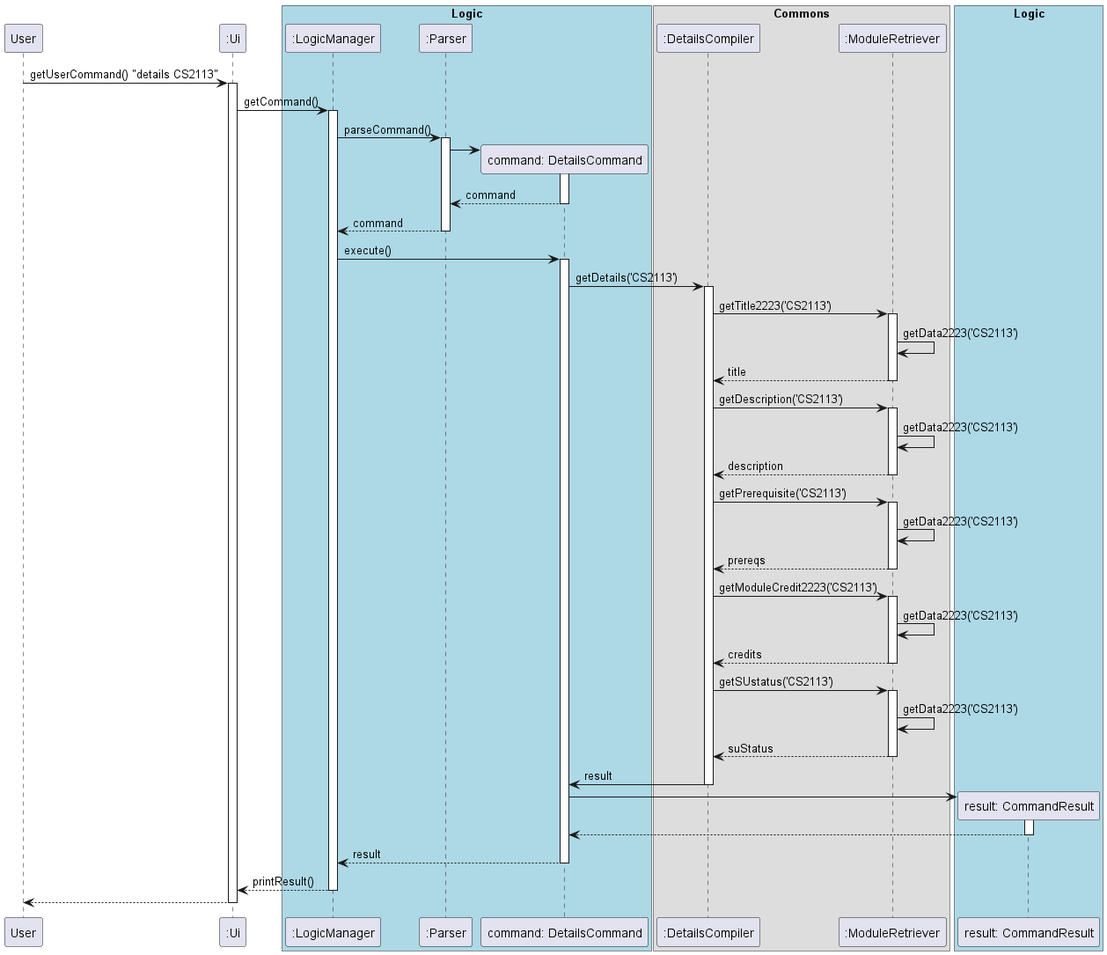
Before: docs/uml/diagrams/DetailsSequence.png, a diagram exported from PlantUML (sriram-senthilkr/tp).
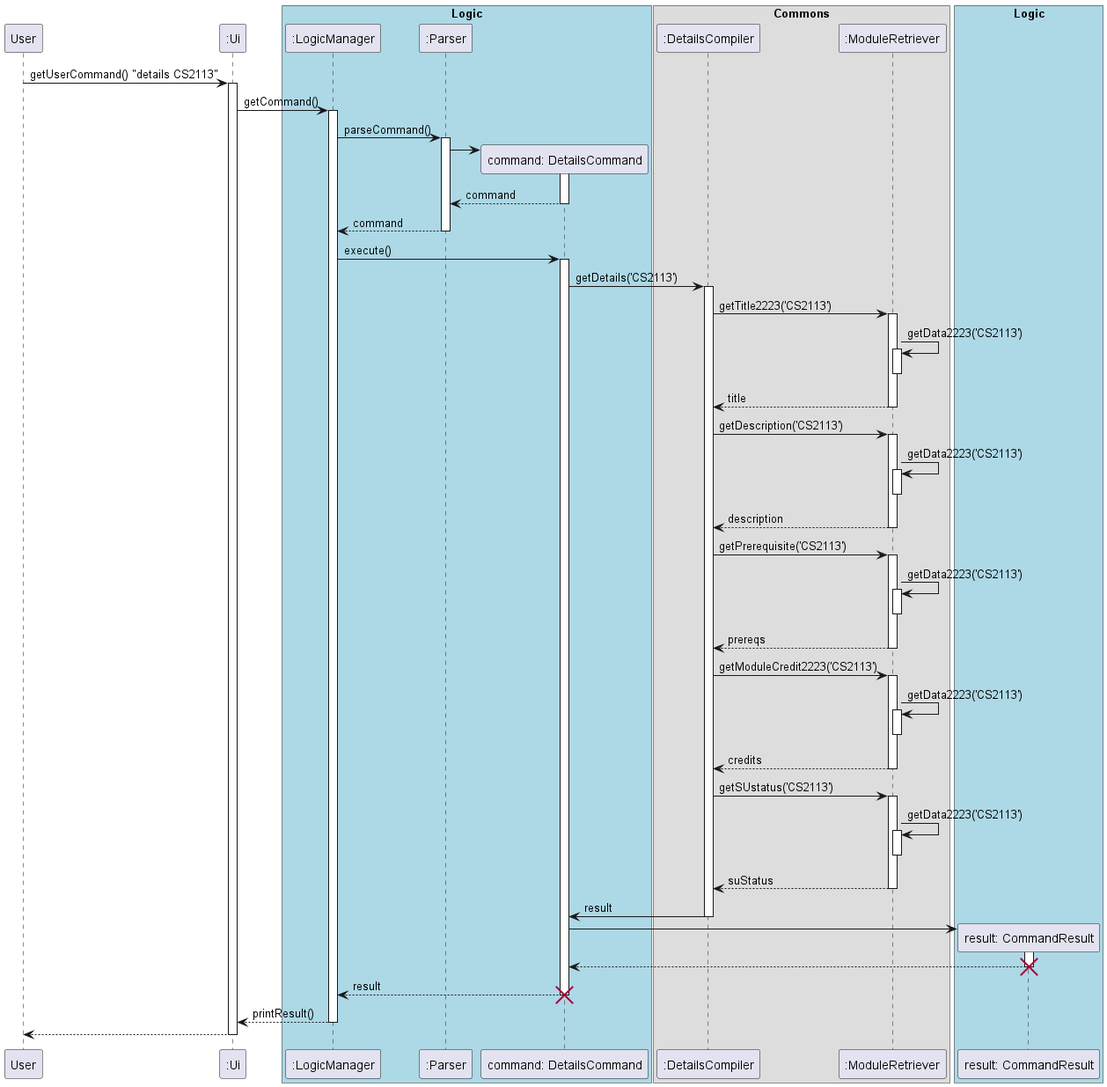
After the change.

Change to the diagram source:
```diff
@@ -52,12 +52,16 @@
 DetailsCompiler -> ModuleRetriever: getTitle2223('CS2113')
 activate ModuleRetriever
 ModuleRetriever -> ModuleRetriever: getData2223('CS2113')
+activate ModuleRetriever
+deactivate ModuleRetriever
 ModuleRetriever --> DetailsCompiler: title
 deactivate ModuleRetriever
 
 DetailsCompiler -> ModuleRetriever: getDescription('CS2113')
 activate ModuleRetriever
 ModuleRetriever -> ModuleRetriever: getData2223('CS2113')
+activate ModuleRetriever
+deactivate ModuleRetriever
 ModuleRetriever --> DetailsCompiler: description
 deactivate ModuleRetriever
 
@@ -65,6 +69,8 @@
 DetailsCompiler -> ModuleRetriever: getPrerequisite('CS2113')
 activate ModuleRetriever
 ModuleRetriever -> ModuleRetriever: getData2223('CS2113')
+activate ModuleRetriever
+deactivate ModuleRetriever
 ModuleRetriever --> DetailsCompiler: prereqs
 deactivate ModuleRetriever
 
@@ -72,12 +78,16 @@
 DetailsCompiler -> ModuleRetriever: getModuleCredit2223('CS2113')
 activate ModuleRetriever
 ModuleRetriever -> ModuleRetriever: getData2223('CS2113')
+activate ModuleRetriever
+deactivate ModuleRetriever
 ModuleRetriever --> DetailsCompiler: credits
 deactivate ModuleRetriever
 
 DetailsCompiler -> ModuleRetriever: getSUstatus('CS2113')
 activate ModuleRetriever
 ModuleRetriever -> ModuleRetriever: getData2223('CS2113')
+activate ModuleRetriever
+deactivate ModuleRetriever
 ModuleRetriever --> DetailsCompiler: suStatus
 deactivate ModuleRetriever
 
@@ -89,9 +99,11 @@
 activate CommandResult
 CommandResult --> DetailsCommand
 deactivate CommandResult
+destroy CommandResult
 
 DetailsCommand --> LogicManager: result
 deactivate DetailsCommand
+destroy DetailsCommand
 
 LogicManager --> Ui: printResult()
 deactivate LogicManager
@@ -99,4 +111,5 @@
 Ui --> User
 deactivate Ui
 
+
 @enduml
```
